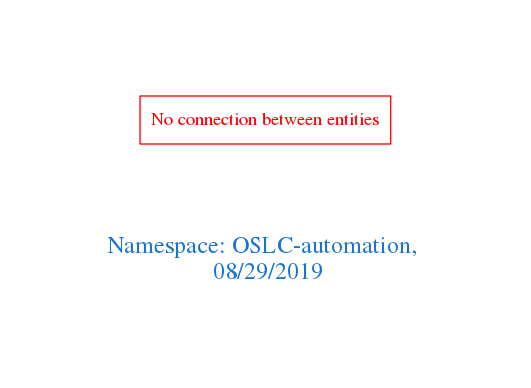
arago/OGIT keeps this Graphviz diagram as downloads/OSLC-automation.png. Above is the earlier version. Its source is kept beside it as downloads/OSLC-automation.dot.
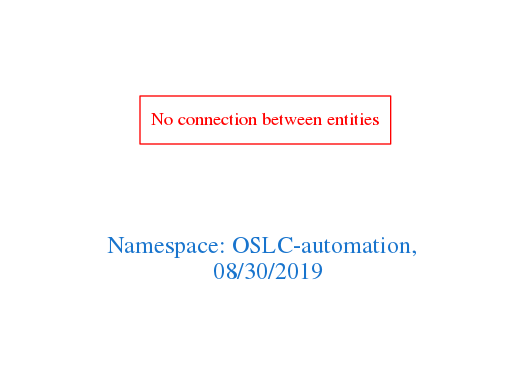
The same file after the commit.

Diff of the diagram source:
```diff
@@ -1,7 +1,7 @@
 digraph OGIT_ontology {
  graph [ rankdir= LR,pad=1
 fontsize = 18,
-fontcolor= dodgerblue3,label = "\n\n\nNamespace: OSLC-automation, \n 08/29/2019"];
+fontcolor= dodgerblue3,label = "\n\n\nNamespace: OSLC-automation, \n 08/30/2019"];
 node[shape=polygon];
 edge [  color="gray81"];
 
```
